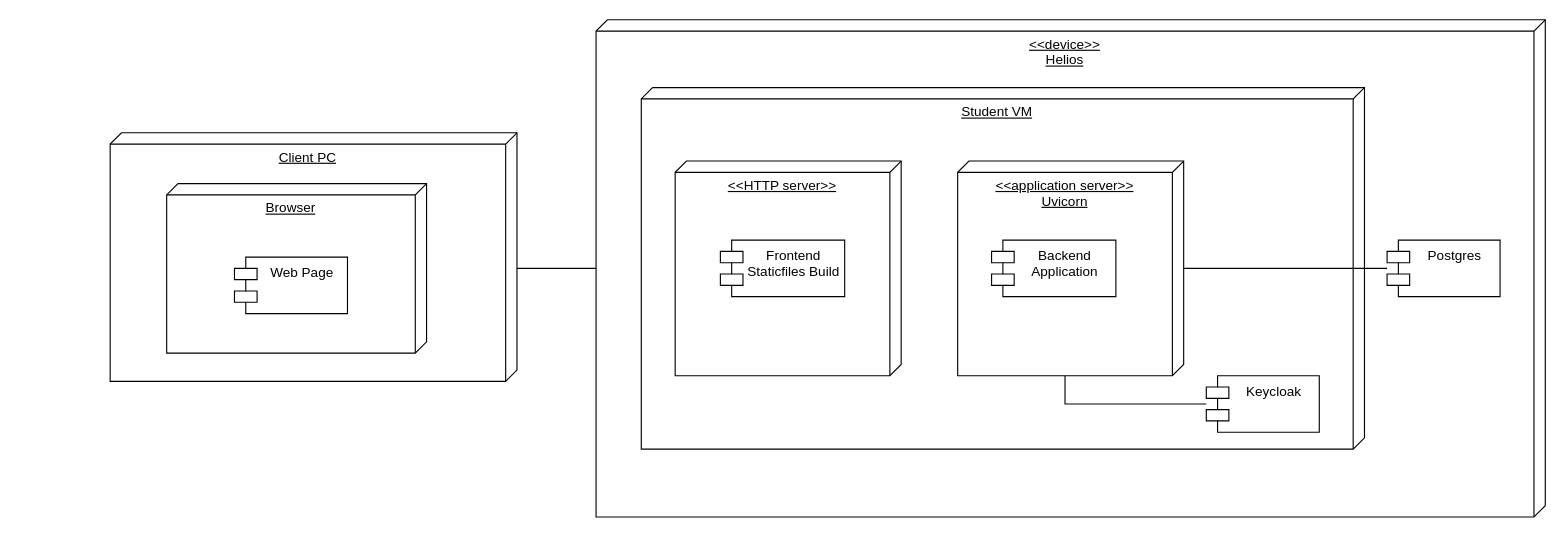
Earlier version of the draw.io diagram magistracy/software-engeneering-methodology/diagrams/Deployment.drawio (GulDilin/itmo). Source tidied: cells renumbered, new cells numbered last; positions are measured from the earlier drawing's top-left corner, leaving out a move shared by most shapes. Both pictures are drawn from the tidied source at 113%, with x=0, y=0 at pixel (110, 19).
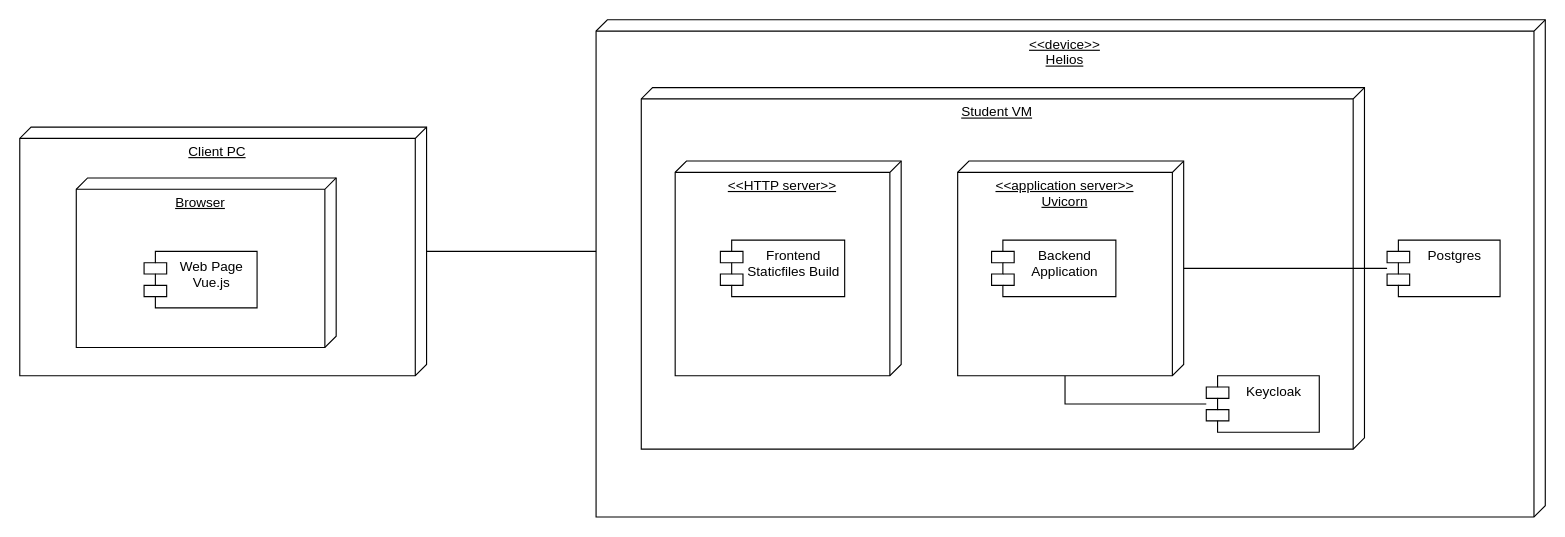
The same page after the edit.

The edit, as a diff of the source:
```diff
@@
 <mxGraphModel>
   <root>
     <mxCell id="0" />
     <mxCell id="1" parent="0" />
     <mxCell id="2" value="&amp;lt;&amp;lt;device&amp;gt;&amp;gt;&lt;br&gt;Helios" style="verticalAlign=top;align=center;spacingTop=8;spacingLeft=2;spacingRight=12;shape=cube;size=10;direction=south;fontStyle=4;html=1;whiteSpace=wrap;" parent="1" vertex="1">
       <mxGeometry x="430" width="840" height="440" as="geometry" />
     </mxCell>
     <mxCell id="3" value="Student VM" style="verticalAlign=top;align=center;spacingTop=8;spacingLeft=2;spacingRight=12;shape=cube;size=10;direction=south;fontStyle=4;html=1;whiteSpace=wrap;" parent="1" vertex="1">
       <mxGeometry x="470" y="60" width="640" height="320" as="geometry" />
     </mxCell>
-    <mxCell id="4" style="edgeStyle=orthogonalEdgeStyle;rounded=0;jettySize=auto;html=1;endArrow=none;endFill=0;" parent="1" edge="1" source="2">
+    <mxCell id="4" style="edgeStyle=orthogonalEdgeStyle;rounded=0;jettySize=auto;html=1;endArrow=none;endFill=0;" parent="1" edge="1" source="2" target="5">
       <mxGeometry relative="1" as="geometry">
-        <mxPoint x="360" y="220" as="targetPoint" />
+        <Array as="points">
+          <mxPoint x="390" y="205" />
+          <mxPoint x="390" y="205" />
+        </Array>
       </mxGeometry>
     </mxCell>
     <mxCell id="5" value="Client PC" style="verticalAlign=top;align=center;spacingTop=8;spacingLeft=2;spacingRight=12;shape=cube;size=10;direction=south;fontStyle=4;html=1;whiteSpace=wrap;" parent="1" vertex="1">
-      <mxGeometry y="100" width="360" height="220" as="geometry" />
+      <mxGeometry x="-80" y="95" width="360" height="220" as="geometry" />
     </mxCell>
     <mxCell id="6" value="Browser" style="verticalAlign=top;align=center;spacingTop=8;spacingLeft=2;spacingRight=12;shape=cube;size=10;direction=south;fontStyle=4;html=1;whiteSpace=wrap;" parent="1" vertex="1">
-      <mxGeometry x="50" y="145" width="230" height="150" as="geometry" />
+      <mxGeometry x="-30" y="140" width="230" height="150" as="geometry" />
     </mxCell>
     <mxCell id="7" style="edgeStyle=orthogonalEdgeStyle;rounded=0;jettySize=auto;html=1;endArrow=none;endFill=0;" parent="1" edge="1" source="9" target="12">
       <mxGeometry relative="1" as="geometry" />
     </mxCell>
     <mxCell id="8" style="edgeStyle=orthogonalEdgeStyle;rounded=0;jettySize=auto;html=1;endArrow=none;endFill=0;exitX=0;exitY=0;exitDx=190;exitDy=105;exitPerimeter=0;" parent="1" edge="1" source="9" target="13">
       <mxGeometry relative="1" as="geometry" />
     </mxCell>
     <mxCell id="9" value="&amp;lt;&amp;lt;application server&amp;gt;&amp;gt;&lt;br&gt;Uvicorn" style="verticalAlign=top;align=center;spacingTop=8;spacingLeft=2;spacingRight=12;shape=cube;size=10;direction=south;fontStyle=4;html=1;whiteSpace=wrap;" parent="1" vertex="1">
       <mxGeometry x="750" y="125" width="200" height="190" as="geometry" />
     </mxCell>
-    <mxCell id="10" value="Web Page" style="shape=module;align=left;spacingLeft=20;align=center;verticalAlign=top;whiteSpace=wrap;html=1;" parent="1" vertex="1">
-      <mxGeometry x="110" y="210" width="100" height="50" as="geometry" />
+    <mxCell id="10" value="Web Page&lt;br&gt;Vue.js" style="shape=module;align=left;spacingLeft=20;align=center;verticalAlign=top;whiteSpace=wrap;html=1;" parent="1" vertex="1">
+      <mxGeometry x="30" y="205" width="100" height="50" as="geometry" />
     </mxCell>
     <mxCell id="11" value="Backend Application" style="shape=module;align=left;spacingLeft=20;align=center;verticalAlign=top;whiteSpace=wrap;html=1;" parent="1" vertex="1">
       <mxGeometry x="780" y="195" width="110" height="50" as="geometry" />
     </mxCell>
     <mxCell id="12" value="Postgres" style="shape=module;align=left;spacingLeft=20;align=center;verticalAlign=top;whiteSpace=wrap;html=1;" parent="1" vertex="1">
       <mxGeometry x="1130" y="195" width="100" height="50" as="geometry" />
     </mxCell>
     <mxCell id="13" value="Keycloak" style="shape=module;align=left;spacingLeft=20;align=center;verticalAlign=top;whiteSpace=wrap;html=1;" parent="1" vertex="1">
       <mxGeometry x="970" y="315" width="100" height="50" as="geometry" />
     </mxCell>
     <mxCell id="14" value="&amp;lt;&amp;lt;HTTP server&amp;gt;&amp;gt;&lt;br&gt;" style="verticalAlign=top;align=center;spacingTop=8;spacingLeft=2;spacingRight=12;shape=cube;size=10;direction=south;fontStyle=4;html=1;whiteSpace=wrap;" parent="1" vertex="1">
       <mxGeometry x="500" y="125" width="200" height="190" as="geometry" />
     </mxCell>
     <mxCell id="15" value="Frontend Staticfiles Build" style="shape=module;align=left;spacingLeft=20;align=center;verticalAlign=top;whiteSpace=wrap;html=1;" parent="1" vertex="1">
       <mxGeometry x="540" y="195" width="110" height="50" as="geometry" />
     </mxCell>
   </root>
 </mxGraphModel>
```
